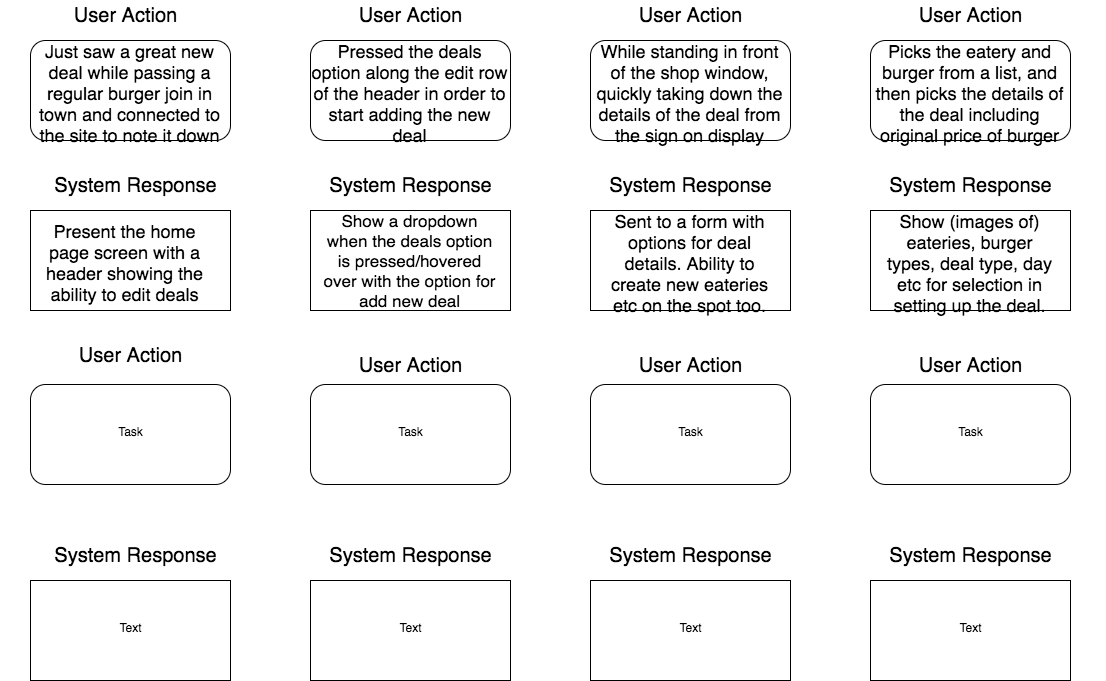
Above: planning/user_journey_deal_seeker.png in dinhosang/cc_project_1_burger_deals (draw.io), before the change. Source tidied: cells renumbered, new cells last; positions are measured from the earlier drawing's top-left corner, leaving out a move shared by most shapes.
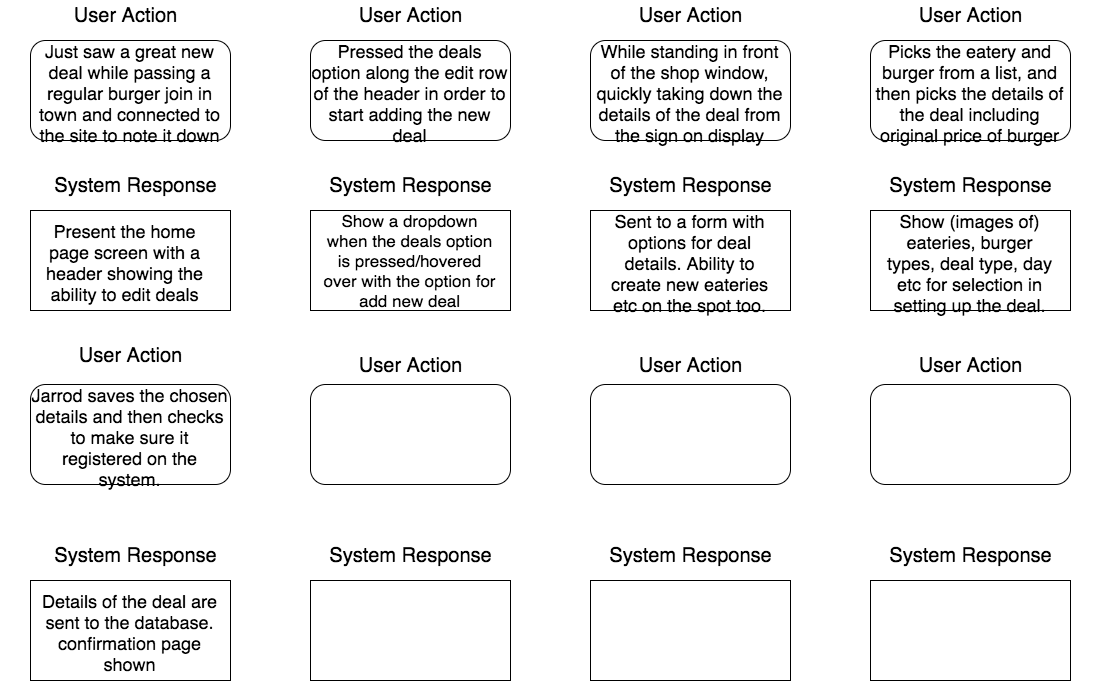
Above is the later version.

Change to the diagram source:
```diff
@@ -14,16 +14,16 @@
     <mxCell id="5" value="&lt;font style=&quot;font-size: 18px&quot;&gt;Picks the eatery and burger from a list, and then picks the details of the deal including original price of burger&lt;/font&gt;" style="shape=ext;rounded=1;html=1;whiteSpace=wrap;" parent="1" vertex="1">
       <mxGeometry x="870" y="40" width="200" height="100" as="geometry" />
     </mxCell>
-    <mxCell id="6" value="Task" style="shape=ext;rounded=1;html=1;whiteSpace=wrap;" parent="1" vertex="1">
+    <mxCell id="6" value="&lt;font style=&quot;font-size: 18px&quot;&gt;Jarrod saves the chosen details and then checks to make sure it registered on the system.&lt;/font&gt;" style="shape=ext;rounded=1;html=1;whiteSpace=wrap;" parent="1" vertex="1">
       <mxGeometry x="30" y="384" width="200" height="100" as="geometry" />
     </mxCell>
-    <mxCell id="7" value="Task" style="shape=ext;rounded=1;html=1;whiteSpace=wrap;" parent="1" vertex="1">
+    <mxCell id="7" style="shape=ext;rounded=1;html=1;whiteSpace=wrap;" parent="1" vertex="1">
       <mxGeometry x="310" y="384" width="200" height="100" as="geometry" />
     </mxCell>
-    <mxCell id="8" value="Task" style="shape=ext;rounded=1;html=1;whiteSpace=wrap;" parent="1" vertex="1">
+    <mxCell id="8" style="shape=ext;rounded=1;html=1;whiteSpace=wrap;" parent="1" vertex="1">
       <mxGeometry x="590" y="384" width="200" height="100" as="geometry" />
     </mxCell>
-    <mxCell id="9" value="Task" style="shape=ext;rounded=1;html=1;whiteSpace=wrap;" parent="1" vertex="1">
+    <mxCell id="9" style="shape=ext;rounded=1;html=1;whiteSpace=wrap;" parent="1" vertex="1">
       <mxGeometry x="870" y="384" width="200" height="100" as="geometry" />
     </mxCell>
     <mxCell id="10" style="rounded=0;whiteSpace=wrap;html=1;" parent="1" vertex="1">
@@ -53,25 +53,16 @@
     <mxCell id="18" value="&lt;font style=&quot;font-size: 18px&quot;&gt;Present the home page screen with a header showing the ability to edit deals&lt;/font&gt;" style="text;html=1;strokeColor=none;fillColor=none;align=center;verticalAlign=middle;whiteSpace=wrap;rounded=0;" parent="1" vertex="1">
       <mxGeometry x="35" y="220" width="180" height="80" as="geometry" />
     </mxCell>
-    <mxCell id="19" value="Text" style="text;html=1;strokeColor=none;fillColor=none;align=center;verticalAlign=middle;whiteSpace=wrap;rounded=0;" parent="1" vertex="1">
-      <mxGeometry x="880" y="590" width="180" height="80" as="geometry" />
-    </mxCell>
     <mxCell id="20" value="&lt;font style=&quot;font-size: 18px&quot;&gt;Show (images of) eateries, burger types, deal type, day etc for selection in setting up the deal.&lt;/font&gt;" style="text;html=1;strokeColor=none;fillColor=none;align=center;verticalAlign=middle;whiteSpace=wrap;rounded=0;" parent="1" vertex="1">
       <mxGeometry x="880" y="220" width="180" height="80" as="geometry" />
     </mxCell>
     <mxCell id="21" value="&lt;font style=&quot;font-size: 18px&quot;&gt;Sent to a form with options for deal details. Ability to create new eateries etc on the spot too.&lt;/font&gt;" style="text;html=1;strokeColor=none;fillColor=none;align=center;verticalAlign=middle;whiteSpace=wrap;rounded=0;" parent="1" vertex="1">
       <mxGeometry x="600" y="220" width="180" height="80" as="geometry" />
     </mxCell>
-    <mxCell id="22" value="Text" style="text;html=1;strokeColor=none;fillColor=none;align=center;verticalAlign=middle;whiteSpace=wrap;rounded=0;" parent="1" vertex="1">
-      <mxGeometry x="600" y="590" width="180" height="80" as="geometry" />
-    </mxCell>
-    <mxCell id="23" value="Text" style="text;html=1;strokeColor=none;fillColor=none;align=center;verticalAlign=middle;whiteSpace=wrap;rounded=0;" parent="1" vertex="1">
-      <mxGeometry x="320" y="590" width="180" height="80" as="geometry" />
-    </mxCell>
     <mxCell id="24" value="&lt;font style=&quot;font-size: 17px&quot;&gt;Show a dropdown when the deals option is pressed/hovered over with the option for add new deal&lt;/font&gt;" style="text;html=1;strokeColor=none;fillColor=none;align=center;verticalAlign=middle;whiteSpace=wrap;rounded=0;" parent="1" vertex="1">
       <mxGeometry x="320" y="220" width="180" height="80" as="geometry" />
     </mxCell>
-    <mxCell id="25" value="Text" style="text;html=1;strokeColor=none;fillColor=none;align=center;verticalAlign=middle;whiteSpace=wrap;rounded=0;" parent="1" vertex="1">
+    <mxCell id="25" value="&lt;font style=&quot;font-size: 18px&quot;&gt;Details of the deal are sent to the database. confirmation page shown&lt;/font&gt;" style="text;html=1;strokeColor=none;fillColor=none;align=center;verticalAlign=middle;whiteSpace=wrap;rounded=0;" parent="1" vertex="1">
       <mxGeometry x="40" y="590" width="180" height="80" as="geometry" />
     </mxCell>
     <mxCell id="26" value="&lt;font style=&quot;font-size: 20px&quot;&gt;User Action&lt;/font&gt;" style="text;html=1;strokeColor=none;fillColor=none;align=center;verticalAlign=middle;whiteSpace=wrap;rounded=0;fontStyle=0;" parent="1" vertex="1">
```
